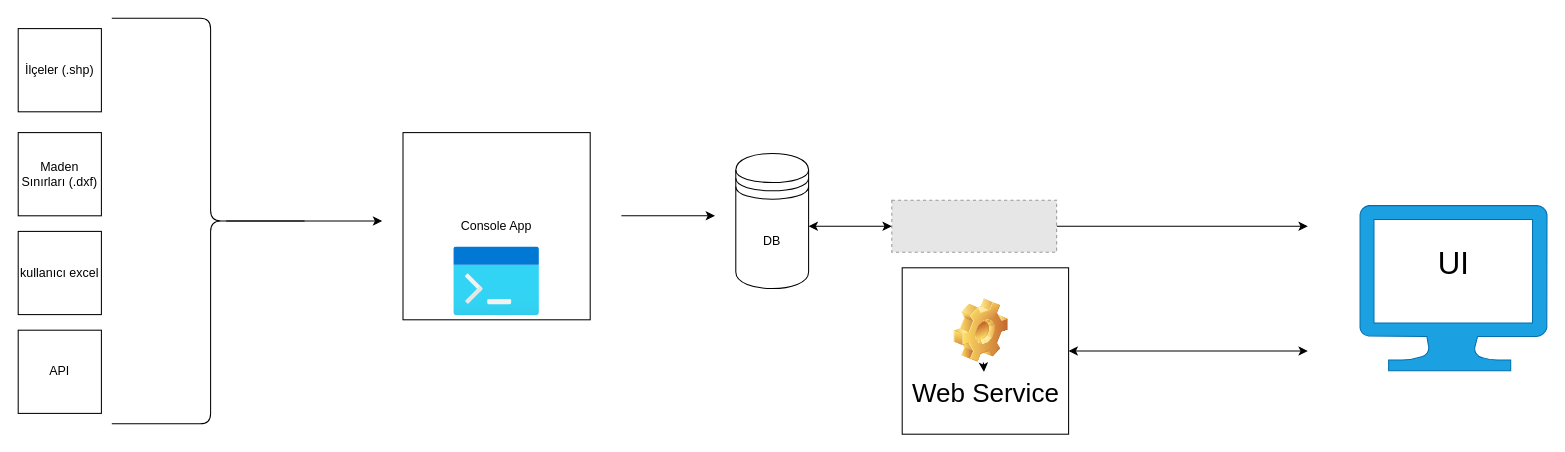
Before: page "mimari" (1 of 4) of document/design-diagram.drawio in eyptunahnunl/gis-case-study, a draw.io diagram. Source tidied: cells renumbered, new cells numbered last; positions are measured from the earlier drawing's top-left corner, leaving out a move shared by most shapes. Both pictures are drawn from the tidied source at 104%, with x=0, y=0 at pixel (18, 18). Pictures stored in the file or linked from it are replaced by grey dashed boxes.
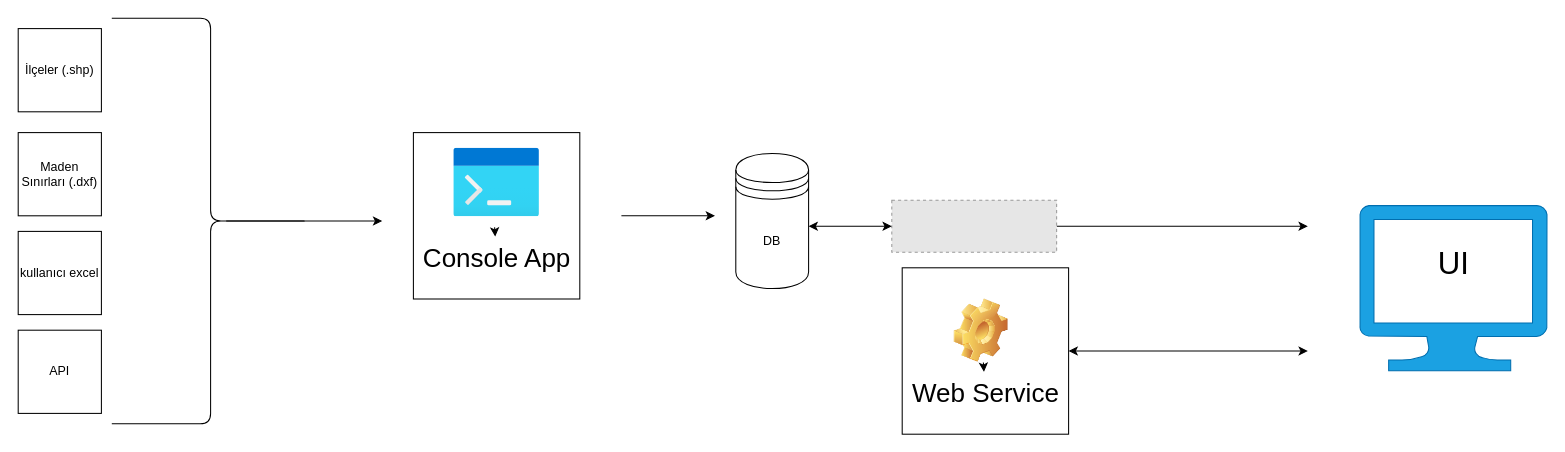
Above is the later version.

The edit, as a diff of the source:
```diff
@@
-    <mxCell id="3" value="Console App" style="whiteSpace=wrap;html=1;" parent="1" vertex="1">
-      <mxGeometry x="370" y="110" width="180" height="180" as="geometry" />
-    </mxCell>
@@
-    <mxCell id="10" style="html=1;align=center;image;fontSize=12;image=img/lib/azure2/general/Dev_Console.svg;" parent="1" vertex="1">
-      <mxGeometry x="418.8" y="220" width="82.5" height="66" as="geometry" />
-    </mxCell>
@@
+    <mxCell id="24" style="group;" parent="1" vertex="1">
+      <mxGeometry x="380" y="110" width="165" height="160" as="geometry" />
+    </mxCell>
+    <mxCell id="25" style="whiteSpace=wrap;html=1;" parent="24" vertex="1">
+      <mxGeometry width="160" height="160" as="geometry" />
+    </mxCell>
+    <mxCell id="3" value="Console App" style="text;html=1;align=center;verticalAlign=middle;points=[];strokeColor=none;fillColor=none;fontSize=25;" parent="24" vertex="1">
+      <mxGeometry x="-5" y="100" width="170" height="40" as="geometry" />
+    </mxCell>
+    <mxCell id="26" style="edgeStyle=none;html=1;fontSize=25;" parent="24" edge="1" target="3">
+      <mxGeometry relative="1" as="geometry">
+        <mxPoint x="78.1" y="91" as="sourcePoint" />
+      </mxGeometry>
+    </mxCell>
+    <mxCell id="10" style="html=1;align=center;image;fontSize=12;image=img/lib/azure2/general/Dev_Console.svg;" parent="24" vertex="1">
+      <mxGeometry x="38.8" y="15" width="82.5" height="66" as="geometry" />
+    </mxCell>
```
